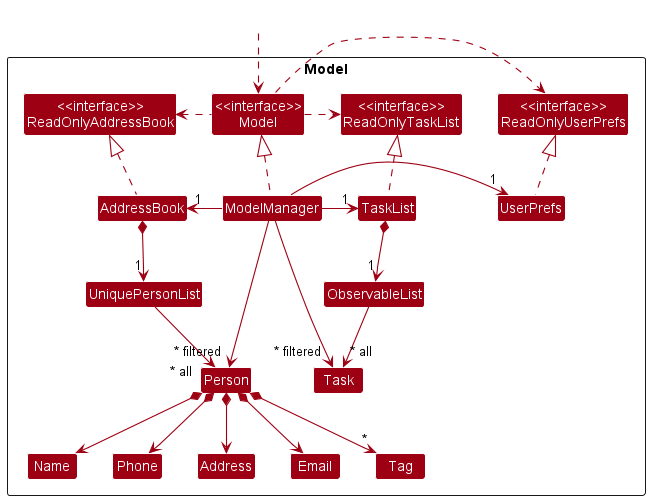
Earlier version of the PlantUML export docs/images/ModelClassDiagram.png (nus-cs2103-AY2223S1/tp).
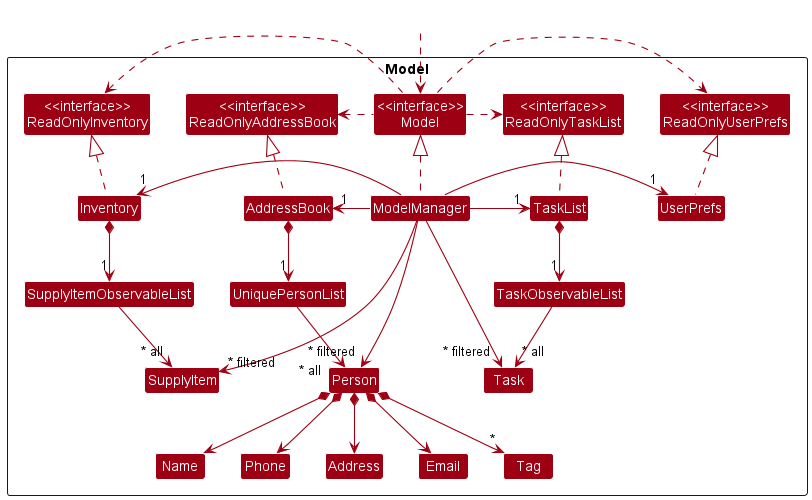
The same file after the commit.

Commit message:
Updates to DG in accordance to new changes to Storage and Model interfaces

What changed in the source:
```diff
@@ -7,17 +7,21 @@
 Package Model <<Rectangle>>{
 Class "<<interface>>\nReadOnlyAddressBook" as ReadOnlyAddressBook
 Class "<<interface>>\nReadOnlyTaskList" as ReadOnlyTaskList
+Class "<<interface>>\nReadOnlyInventory" as ReadOnlyInventory
 Class "<<interface>>\nReadOnlyUserPrefs" as ReadOnlyUserPrefs
 Class "<<interface>>\nModel" as Model
 Class AddressBook
 Class TaskList
+Class Inventory
 Class ModelManager
 Class UserPrefs
 
 Class UniquePersonList
-Class ObservableList
+Class TaskObservableList
+Class SupplyItemObservableList
 Class Person
 Class Task
+Class SupplyItem
 Class Address
 Class Email
 Class Name
@@ -31,14 +35,17 @@
 
 AddressBook .up.|> ReadOnlyAddressBook
 TaskList .up.|> ReadOnlyTaskList
+Inventory .up.|> ReadOnlyInventory
 
 ModelManager .up.|> Model
 Model .right.> ReadOnlyUserPrefs
 Model .left.> ReadOnlyAddressBook
 Model .right.> ReadOnlyTaskList
+Model .left.> ReadOnlyInventory
 ModelManager -left-> "1" AddressBook
 ModelManager -right-> "1" UserPrefs
 ModelManager -right-> "1" TaskList
+ModelManager -left-> "1" Inventory
 UserPrefs .up.|> ReadOnlyUserPrefs
 
 AddressBook *--> "1" UniquePersonList
@@ -49,8 +56,11 @@
 Person *--> Address
 Person *--> "*" Tag
 
-TaskList *--> "1" ObservableList
-ObservableList --> "~* all" Task
+TaskList *--> "1" TaskObservableList
+TaskObservableList --> "~* all" Task
+
+Inventory *--> "1" SupplyItemObservableList
+SupplyItemObservableList --> "~* all" SupplyItem
 
 Name -[hidden]right-> Phone
 Phone -[hidden]right-> Address
@@ -58,4 +68,5 @@
 
 ModelManager -->"~* filtered" Person
 ModelManager -->"~* filtered" Task
+ModelManager -->"~* filtered" SupplyItem
 @enduml
```
